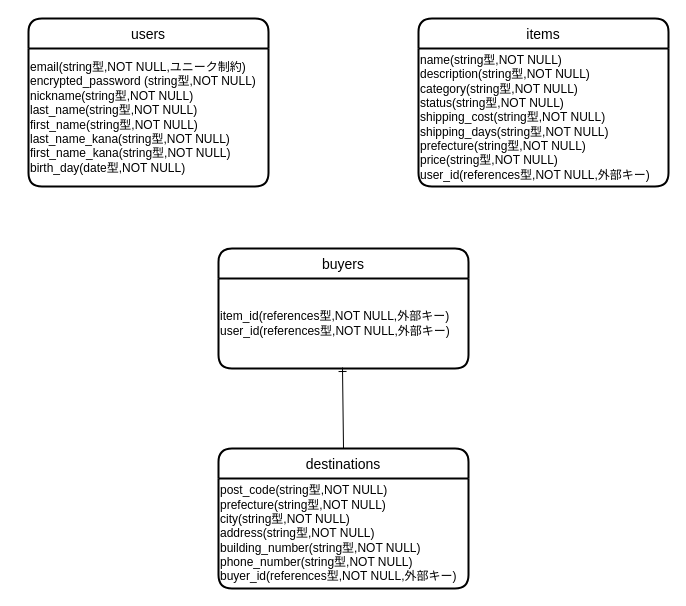
The draw.io diagram app/test.dio in rabi1924/furima-37746, before the edit. Source tidied: cells renumbered, new cells numbered last; positions are measured from the earlier drawing's top-left corner, leaving out a move shared by most shapes. Both pictures are drawn from the tidied source at 100%, with x=0, y=0 at pixel (28, 18).
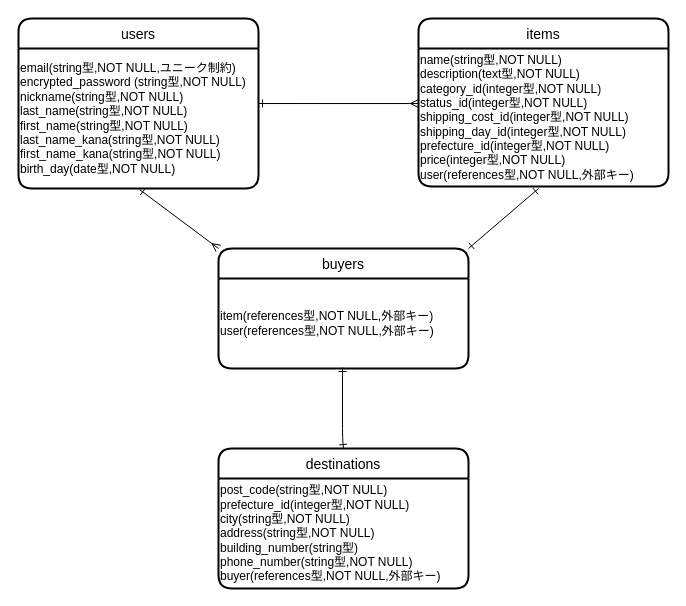
Above is the later version.

Commit message (it also covers changes not shown here):
データベース設計の修正①

The edit, as a diff of the source:
```diff
@@
 <mxGraphModel>
   <root>
     <mxCell id="0" />
     <mxCell id="1" parent="0" />
+    <mxCell id="11" style="edgeStyle=none;shape=connector;rounded=1;html=1;entryX=0;entryY=0;entryDx=0;entryDy=0;labelBackgroundColor=default;fontFamily=Helvetica;fontSize=11;fontColor=default;startArrow=ERone;startFill=0;endArrow=ERmany;endFill=0;strokeColor=default;exitX=0.504;exitY=1.007;exitDx=0;exitDy=0;exitPerimeter=0;" parent="1" edge="1" source="3" target="6">
+      <mxGeometry relative="1" as="geometry" />
+    </mxCell>
+    <mxCell id="12" style="edgeStyle=none;shape=connector;rounded=1;html=1;labelBackgroundColor=default;fontFamily=Helvetica;fontSize=11;fontColor=default;startArrow=ERone;startFill=0;endArrow=ERmany;endFill=0;strokeColor=default;entryX=0;entryY=0.399;entryDx=0;entryDy=0;entryPerimeter=0;" parent="1" edge="1" source="2" target="5">
+      <mxGeometry relative="1" as="geometry" />
+    </mxCell>
     <mxCell id="2" value="users" style="swimlane;horizontal=1;startSize=30;rounded=1;fontSize=14;fontStyle=0;strokeWidth=2;shadow=0;dashed=0;align=center;" parent="1" vertex="1">
-      <mxGeometry width="240" height="168" as="geometry" />
+      <mxGeometry x="-10" width="240" height="170" as="geometry" />
     </mxCell>
     <mxCell id="3" value="email(string型,NOT NULL,ユニーク制約)&lt;br&gt;encrypted_password&amp;nbsp;(string型,NOT NULL)&lt;br&gt;nickname(string型,NOT NULL)&lt;br&gt;last_name(string型,NOT NULL)&lt;br&gt;first_name(string型,NOT NULL)&lt;br&gt;last_name_kana(string型,NOT NULL)&lt;br&gt;first_name_kana(string型,NOT NULL)&lt;br&gt;birth_day(date型,NOT NULL)" style="text;html=1;align=left;verticalAlign=middle;points=[];strokeColor=none;fillColor=none;" parent="2" vertex="1">
-      <mxGeometry y="30" width="240" height="138" as="geometry" />
+      <mxGeometry y="30" width="240" height="140" as="geometry" />
     </mxCell>
     <mxCell id="4" value="items" style="swimlane;horizontal=1;startSize=30;rounded=1;fontSize=14;fontStyle=0;strokeWidth=2;shadow=0;dashed=0;align=center;" parent="1" vertex="1">
       <mxGeometry x="390" width="250" height="168" as="geometry" />
     </mxCell>
-    <mxCell id="5" value="name(string型,NOT NULL)&lt;br&gt;description(string型,NOT NULL)&lt;br&gt;category(string型,NOT NULL)&lt;br&gt;status(string型,NOT NULL)&lt;br&gt;shipping_cost(string型,NOT NULL)&lt;br&gt;shipping_days(string型,NOT NULL)&lt;br&gt;prefecture(string型,NOT NULL)&lt;br&gt;price(string型,NOT NULL)&lt;br&gt;user_id(references型,NOT NULL,外部キー)" style="text;html=1;align=left;verticalAlign=middle;points=[];strokeColor=none;fillColor=none;" parent="4" vertex="1">
+    <mxCell id="5" value="name(string型,NOT NULL)&lt;br&gt;description(text型,NOT NULL)&lt;br&gt;category_id(integer型,NOT NULL)&lt;br&gt;status_id(integer型,NOT NULL)&lt;br&gt;shipping_cost_id(integer型,NOT NULL)&lt;br&gt;shipping_day_id(integer型,NOT NULL)&lt;br&gt;prefecture_id(integer型,NOT NULL)&lt;br&gt;price(integer型,NOT NULL)&lt;br&gt;user(references型,NOT NULL,外部キー)" style="text;html=1;align=left;verticalAlign=middle;points=[];strokeColor=none;fillColor=none;" parent="4" vertex="1">
       <mxGeometry y="30" width="250" height="138" as="geometry" />
     </mxCell>
+    <mxCell id="13" style="edgeStyle=none;shape=connector;rounded=1;html=1;exitX=1;exitY=0;exitDx=0;exitDy=0;labelBackgroundColor=default;fontFamily=Helvetica;fontSize=11;fontColor=default;startArrow=ERone;startFill=0;endArrow=ERone;endFill=0;strokeColor=default;" parent="1" edge="1" source="6">
+      <mxGeometry relative="1" as="geometry">
+        <mxPoint x="510" y="170" as="targetPoint" />
+      </mxGeometry>
+    </mxCell>
     <mxCell id="6" value="buyers" style="swimlane;horizontal=1;startSize=30;rounded=1;fontSize=14;fontStyle=0;strokeWidth=2;shadow=0;dashed=0;align=center;" parent="1" vertex="1">
       <mxGeometry x="190" y="230" width="250" height="120" as="geometry" />
     </mxCell>
-    <mxCell id="7" value="item_id(references型,NOT NULL,外部キー)&lt;br&gt;user_id(references型,NOT NULL,外部キー)" style="text;html=1;align=left;verticalAlign=middle;points=[];strokeColor=none;fillColor=none;" parent="6" vertex="1">
+    <mxCell id="7" value="item(references型,NOT NULL,外部キー)&lt;br&gt;user(references型,NOT NULL,外部キー)" style="text;html=1;align=left;verticalAlign=middle;points=[];strokeColor=none;fillColor=none;" parent="6" vertex="1">
       <mxGeometry y="30" width="250" height="90" as="geometry" />
     </mxCell>
-    <mxCell id="8" style="shape=connector;rounded=1;html=1;exitX=0.5;exitY=0;exitDx=0;exitDy=0;entryX=0.496;entryY=0.989;entryDx=0;entryDy=0;entryPerimeter=0;labelBackgroundColor=default;fontFamily=Helvetica;fontSize=11;fontColor=default;endArrow=ERone;endFill=0;strokeColor=default;" parent="1" edge="1" source="9" target="7">
-      <mxGeometry relative="1" as="geometry" />
+    <mxCell id="8" style="shape=connector;rounded=1;html=1;exitX=0.5;exitY=0;exitDx=0;exitDy=0;entryX=0.496;entryY=0.989;entryDx=0;entryDy=0;entryPerimeter=0;labelBackgroundColor=default;fontFamily=Helvetica;fontSize=11;fontColor=default;endArrow=ERone;endFill=0;strokeColor=default;startArrow=ERone;startFill=0;" parent="1" edge="1" source="9" target="7">
+      <mxGeometry relative="1" as="geometry">
+        <Array as="points">
+          <mxPoint x="314" y="420" />
+        </Array>
+      </mxGeometry>
     </mxCell>
     <mxCell id="9" value="destinations" style="swimlane;horizontal=1;startSize=30;rounded=1;fontSize=14;fontStyle=0;strokeWidth=2;shadow=0;dashed=0;align=center;" parent="1" vertex="1">
       <mxGeometry x="190" y="430" width="250" height="140" as="geometry" />
     </mxCell>
-    <mxCell id="10" value="post_code(string型,NOT NULL)&lt;br&gt;prefecture(string型,NOT NULL)&lt;br&gt;city(string型,NOT NULL)&lt;br&gt;address(string型,NOT NULL)&lt;br&gt;building_number(string型,NOT NULL)&lt;br&gt;phone_number(string型,NOT NULL)&lt;br&gt;buyer_id(references型,NOT NULL,外部キー)" style="text;html=1;align=left;verticalAlign=middle;strokeColor=none;fillColor=none;" parent="9" vertex="1">
+    <mxCell id="10" value="post_code(string型,NOT NULL)&lt;br&gt;prefecture_id(integer型,NOT NULL)&lt;br&gt;city(string型,NOT NULL)&lt;br&gt;address(string型,NOT NULL)&lt;br&gt;building_number(string型)&lt;br&gt;phone_number(string型,NOT NULL)&lt;br&gt;buyer(references型,NOT NULL,外部キー)" style="text;html=1;align=left;verticalAlign=middle;strokeColor=none;fillColor=none;" parent="9" vertex="1">
       <mxGeometry y="30" width="250" height="110" as="geometry" />
     </mxCell>
   </root>
 </mxGraphModel>
```
